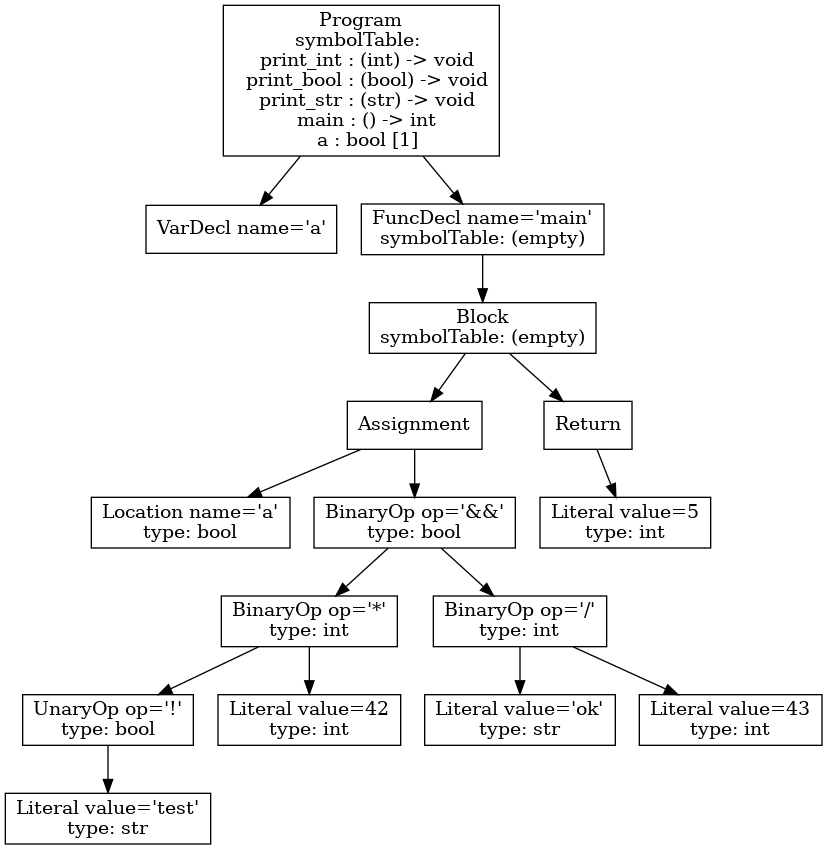
tran3jm/f22_compilers keeps this Graphviz diagram as p3-analysis/ast.png. Above is the earlier version. Its source is kept beside it as p3-analysis/ast.dot.
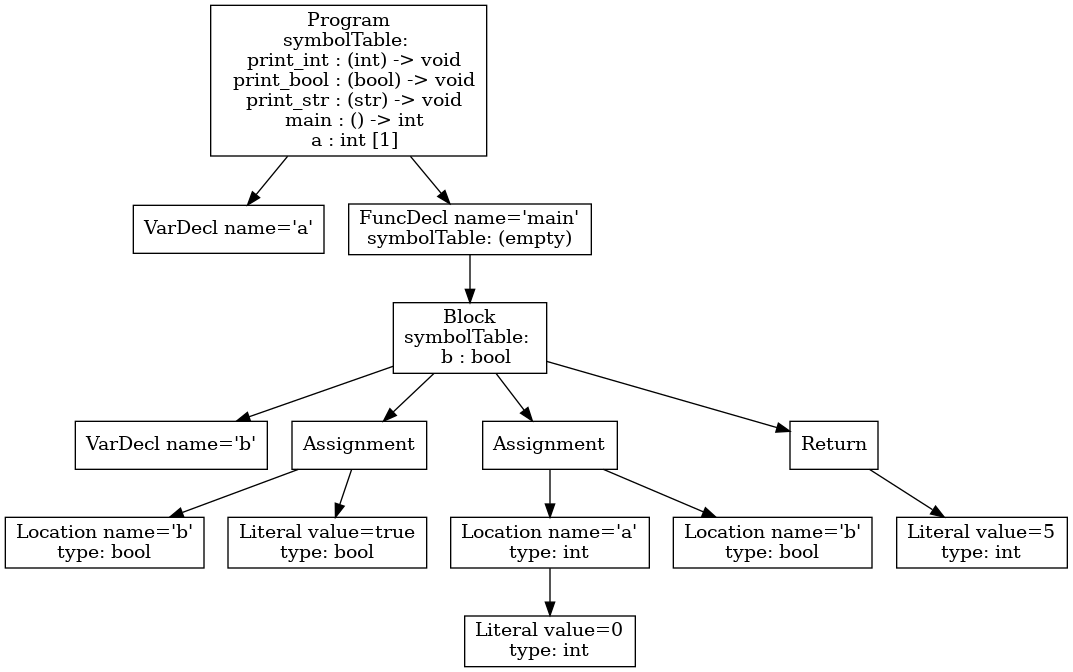
After the change.

What changed in the source:
```diff
@@ -1,33 +1,29 @@
 digraph AST {
 1 [shape=box, label="VarDecl name='a'"];
-5 [shape=box, label="Location name='a'\ntype: bool"];
-9 [shape=box, label="Literal value='test'\ntype: str"];
-8 [shape=box, label="UnaryOp op='!'\ntype: bool"];
+4 [shape=box, label="VarDecl name='b'"];
+6 [shape=box, label="Location name='b'\ntype: bool"];
+7 [shape=box, label="Literal value=true\ntype: bool"];
+5 [shape=box, label="Assignment"];
+5 -> 6;
+5 -> 7;
+10 [shape=box, label="Literal value=0\ntype: int"];
+9 [shape=box, label="Location name='a'\ntype: int"];
+9 -> 10;
+11 [shape=box, label="Location name='b'\ntype: bool"];
+8 [shape=box, label="Assignment"];
 8 -> 9;
-10 [shape=box, label="Literal value=42\ntype: int"];
-7 [shape=box, label="BinaryOp op='*'\ntype: int"];
-7 -> 8;
-7 -> 10;
-12 [shape=box, label="Literal value='ok'\ntype: str"];
-13 [shape=box, label="Literal value=43\ntype: int"];
-11 [shape=box, label="BinaryOp op='/'\ntype: int"];
-11 -> 12;
-11 -> 13;
-6 [shape=box, label="BinaryOp op='&&'\ntype: bool"];
-6 -> 7;
-6 -> 11;
-4 [shape=box, label="Assignment"];
-4 -> 5;
-4 -> 6;
-15 [shape=box, label="Literal value=5\ntype: int"];
-14 [shape=box, label="Return"];
-14 -> 15;
-3 [shape=box, label="Block\nsymbolTable: (empty)"];
+8 -> 11;
+13 [shape=box, label="Literal value=5\ntype: int"];
+12 [shape=box, label="Return"];
+12 -> 13;
+3 [shape=box, label="Block\nsymbolTable: \n  b : bool"];
 3 -> 4;
-3 -> 14;
+3 -> 5;
+3 -> 8;
+3 -> 12;
 2 [shape=box, label="FuncDecl name='main'\nsymbolTable: (empty)"];
 2 -> 3;
-0 [shape=box, label="Program\nsymbolTable: \n  print_int : (int) -> void\n  print_bool : (bool) -> void\n  print_str : (str) -> void\n  main : () -> int\n  a : bool [1]"];
+0 [shape=box, label="Program\nsymbolTable: \n  print_int : (int) -> void\n  print_bool : (bool) -> void\n  print_str : (str) -> void\n  main : () -> int\n  a : int [1]"];
 0 -> 1;
 0 -> 2;
 }
```
